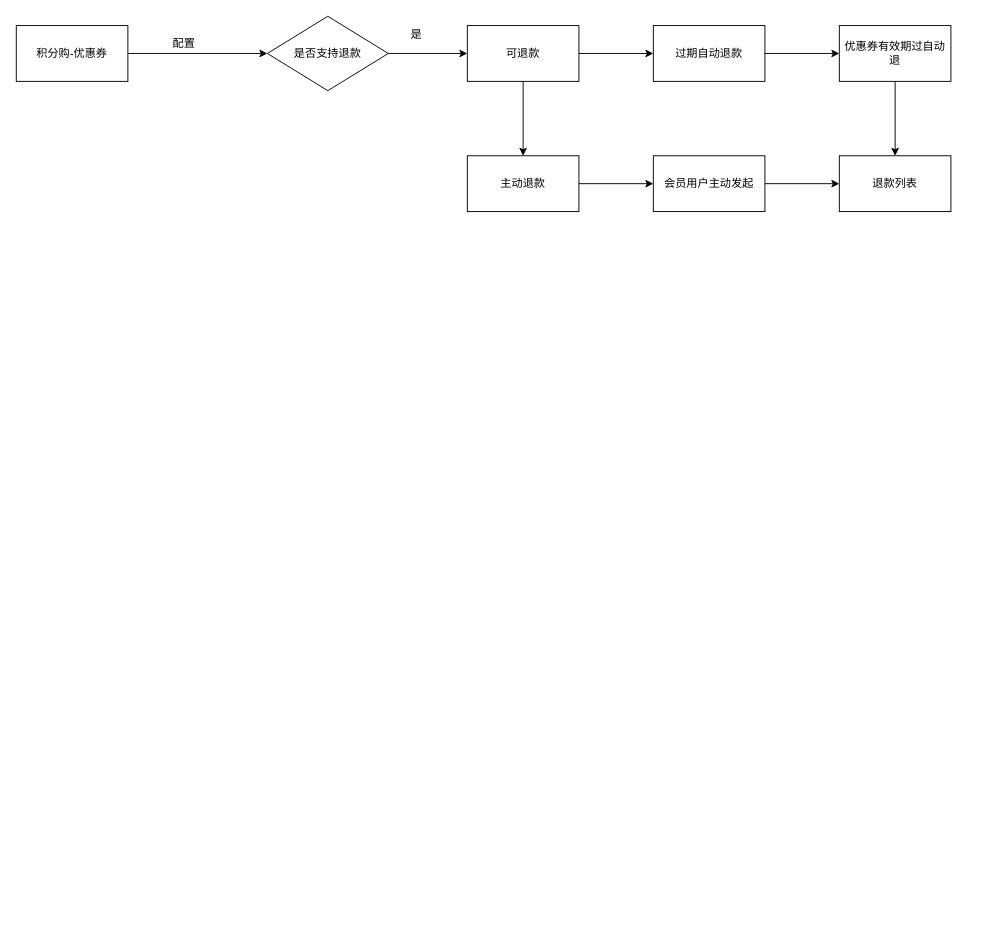
Before: 积分购-优惠券退款业务.drawio in YYB1024/myRemoteRepo, a draw.io diagram. Source tidied: cells renumbered, new cells numbered last; positions are measured from the earlier drawing's top-left corner, leaving out a move shared by most shapes. Both pictures are drawn from the tidied source at 93%, with x=0, y=0 at pixel (16, 16).
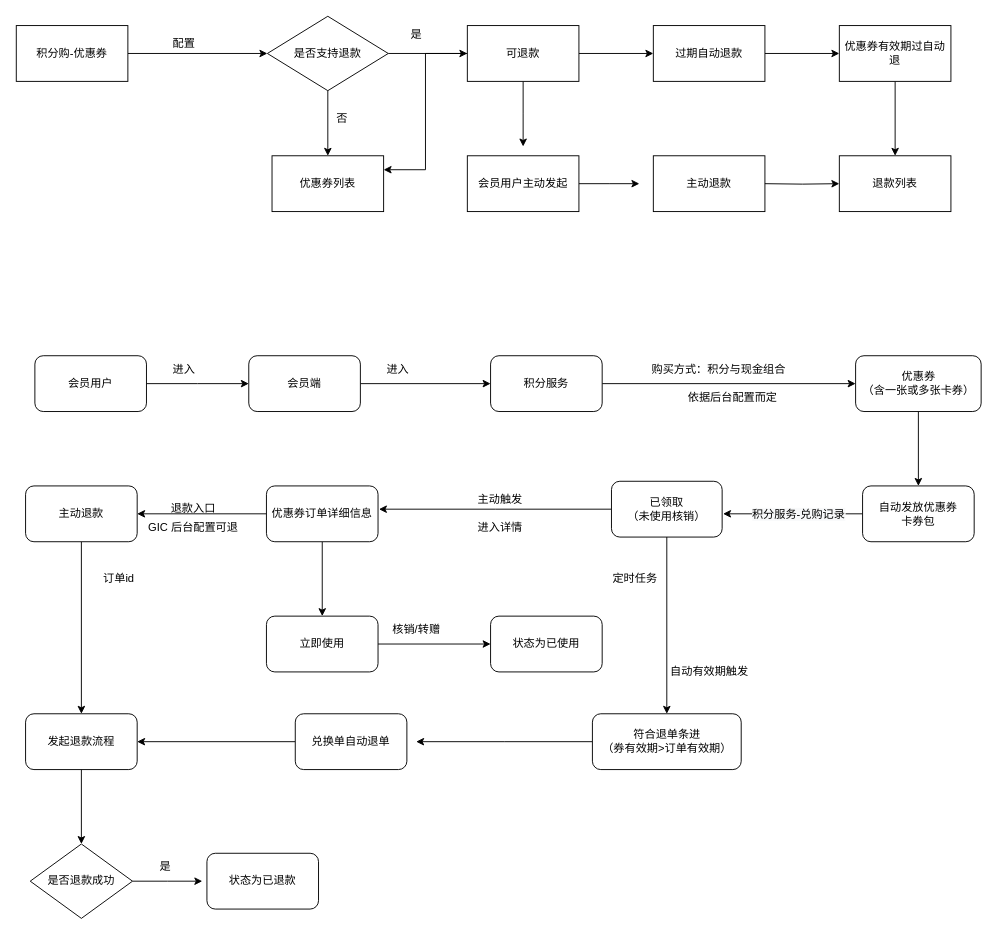
The same page after the edit.

Commit message:
更新积分购-优惠券退款业务.drawio

Unchanged cells that the change refers to:
```xml
<mxCell id="5" value="是否支持退款" style="rhombus;whiteSpace=wrap;html=1;" parent="1" vertex="1">
  <mxGeometry x="270" width="130" height="80" as="geometry" />
</mxCell>
<mxCell id="9" value="可退款" style="whiteSpace=wrap;html=1;" parent="1" vertex="1">
  <mxGeometry x="485" y="10" width="120" height="60" as="geometry" />
</mxCell>
```

Change to the diagram source:
```diff
@@
+    <mxCell id="20" style="edgeStyle=orthogonalEdgeStyle;rounded=0;jettySize=auto;html=1;" parent="1" edge="1" source="5" target="23">
+      <mxGeometry relative="1" as="geometry" />
+    </mxCell>
@@
-    <mxCell id="8" style="edgeStyle=orthogonalEdgeStyle;rounded=0;jettySize=auto;html=1;" parent="1" edge="1" source="9" target="14">
-      <mxGeometry relative="1" as="geometry" />
-    </mxCell>
+    <mxCell id="21" style="edgeStyle=orthogonalEdgeStyle;rounded=0;jettySize=auto;html=1;" parent="1" edge="1" source="9">
+      <mxGeometry relative="1" as="geometry">
+        <mxPoint x="545" y="140" as="targetPoint" />
+      </mxGeometry>
+    </mxCell>
+    <mxCell id="22" style="edgeStyle=orthogonalEdgeStyle;rounded=0;jettySize=auto;html=1;entryX=1;entryY=0.25;entryDx=0;entryDy=0;" parent="1" edge="1" source="9" target="23">
+      <mxGeometry relative="1" as="geometry" />
+    </mxCell>
@@
-    <mxCell id="13" style="edgeStyle=orthogonalEdgeStyle;rounded=0;jettySize=auto;html=1;" parent="1" edge="1" source="14" target="18">
-      <mxGeometry relative="1" as="geometry" />
-    </mxCell>
     <mxCell id="14" value="主动退款" style="whiteSpace=wrap;html=1;" parent="1" vertex="1">
-      <mxGeometry x="485" y="150" width="120" height="60" as="geometry" />
+      <mxGeometry x="685" y="150" width="120" height="60" as="geometry" />
     </mxCell>
@@
-    <mxCell id="17" style="edgeStyle=orthogonalEdgeStyle;rounded=0;jettySize=auto;html=1;" parent="1" edge="1" source="18" target="19">
-      <mxGeometry relative="1" as="geometry" />
+    <mxCell id="17" style="edgeStyle=orthogonalEdgeStyle;rounded=0;jettySize=auto;html=1;" parent="1" edge="1" target="19">
+      <mxGeometry relative="1" as="geometry">
+        <mxPoint x="805" y="180" as="sourcePoint" />
+      </mxGeometry>
     </mxCell>
+    <mxCell id="19" value="退款列表" style="whiteSpace=wrap;html=1;" parent="1" vertex="1">
+      <mxGeometry x="885" y="150" width="120" height="60" as="geometry" />
+    </mxCell>
+    <mxCell id="23" value="优惠券列表" style="whiteSpace=wrap;html=1;" parent="1" vertex="1">
+      <mxGeometry x="275" y="150" width="120" height="60" as="geometry" />
+    </mxCell>
+    <mxCell id="24" value="否" style="text;html=1;align=center;verticalAlign=middle;strokeColor=none;fillColor=none;" parent="1" vertex="1">
+      <mxGeometry x="330" y="95" width="40" height="30" as="geometry" />
+    </mxCell>
+    <mxCell id="25" style="edgeStyle=orthogonalEdgeStyle;rounded=0;jettySize=auto;html=1;" parent="1" edge="1" source="26" target="30">
+      <mxGeometry relative="1" as="geometry" />
+    </mxCell>
+    <mxCell id="26" value="会员端" style="rounded=1;whiteSpace=wrap;html=1;" parent="1" vertex="1">
+      <mxGeometry x="250" y="365" width="120" height="60" as="geometry" />
+    </mxCell>
+    <mxCell id="27" style="edgeStyle=orthogonalEdgeStyle;rounded=0;jettySize=auto;html=1;" parent="1" edge="1" source="28">
+      <mxGeometry relative="1" as="geometry">
+        <mxPoint x="250" y="395" as="targetPoint" />
+      </mxGeometry>
+    </mxCell>
+    <mxCell id="28" value="会员用户" style="rounded=1;whiteSpace=wrap;html=1;" parent="1" vertex="1">
+      <mxGeometry x="20" y="365" width="120" height="60" as="geometry" />
+    </mxCell>
+    <mxCell id="29" style="edgeStyle=orthogonalEdgeStyle;rounded=0;jettySize=auto;html=1;" parent="1" edge="1" source="30" target="32">
+      <mxGeometry relative="1" as="geometry" />
+    </mxCell>
+    <mxCell id="30" value="积分服务" style="whiteSpace=wrap;html=1;rounded=1;" parent="1" vertex="1">
+      <mxGeometry x="510" y="365" width="120" height="60" as="geometry" />
+    </mxCell>
+    <mxCell id="31" style="edgeStyle=orthogonalEdgeStyle;rounded=0;jettySize=auto;html=1;" parent="1" edge="1" source="32" target="39">
+      <mxGeometry relative="1" as="geometry" />
+    </mxCell>
+    <mxCell id="32" value="优惠券&lt;br&gt;（含一张或多张卡券）" style="whiteSpace=wrap;html=1;rounded=1;" parent="1" vertex="1">
+      <mxGeometry x="902.5" y="365" width="135" height="60" as="geometry" />
+    </mxCell>
+    <mxCell id="33" value="进入" style="text;html=1;align=center;verticalAlign=middle;strokeColor=none;fillColor=none;" parent="1" vertex="1">
+      <mxGeometry x="155" y="365" width="50" height="30" as="geometry" />
+    </mxCell>
+    <mxCell id="34" value="进入" style="text;html=1;align=center;verticalAlign=middle;strokeColor=none;fillColor=none;" parent="1" vertex="1">
+      <mxGeometry x="385" y="365" width="50" height="30" as="geometry" />
+    </mxCell>
+    <mxCell id="35" value="购买方式：积分与现金组合" style="text;html=1;align=center;verticalAlign=middle;strokeColor=none;fillColor=none;" parent="1" vertex="1">
+      <mxGeometry x="670" y="365" width="170" height="30" as="geometry" />
+    </mxCell>
+    <mxCell id="36" value="依据后台配置而定" style="text;html=1;align=center;verticalAlign=middle;strokeColor=none;fillColor=none;" parent="1" vertex="1">
+      <mxGeometry x="710" y="395" width="120" height="30" as="geometry" />
+    </mxCell>
+    <mxCell id="37" style="edgeStyle=orthogonalEdgeStyle;rounded=0;jettySize=auto;html=1;" parent="1" edge="1" source="39">
+      <mxGeometry relative="1" as="geometry">
+        <mxPoint x="760" y="535" as="targetPoint" />
+      </mxGeometry>
+    </mxCell>
+    <mxCell id="38" value="&lt;span style=&quot;font-size: 12px; background-color: rgb(248, 249, 250);&quot;&gt;积分服务-兑购记录&lt;/span&gt;" style="edgeLabel;html=1;align=center;verticalAlign=middle;" parent="37" vertex="1">
+      <mxGeometry x="0.25" y="-1" relative="1" as="geometry">
+        <mxPoint x="24" y="1" as="offset" />
+      </mxGeometry>
+    </mxCell>
+    <mxCell id="39" value="自动发放优惠券&lt;br&gt;卡券包" style="whiteSpace=wrap;html=1;rounded=1;" parent="1" vertex="1">
+      <mxGeometry x="910" y="505" width="120" height="60" as="geometry" />
+    </mxCell>
+    <mxCell id="40" style="edgeStyle=orthogonalEdgeStyle;rounded=0;jettySize=auto;html=1;" parent="1" edge="1" source="42" target="45">
+      <mxGeometry relative="1" as="geometry" />
+    </mxCell>
+    <mxCell id="41" style="edgeStyle=orthogonalEdgeStyle;rounded=0;jettySize=auto;html=1;" parent="1" edge="1" source="42" target="47">
+      <mxGeometry relative="1" as="geometry" />
+    </mxCell>
+    <mxCell id="42" value="优惠券订单详细信息" style="whiteSpace=wrap;html=1;rounded=1;" parent="1" vertex="1">
+      <mxGeometry x="269" y="505" width="120" height="60" as="geometry" />
+    </mxCell>
+    <mxCell id="43" value="进入详情" style="text;html=1;align=center;verticalAlign=middle;strokeColor=none;fillColor=none;" parent="1" vertex="1">
+      <mxGeometry x="485" y="535" width="70" height="30" as="geometry" />
+    </mxCell>
+    <mxCell id="44" style="edgeStyle=orthogonalEdgeStyle;rounded=0;jettySize=auto;html=1;" parent="1" edge="1" source="45" target="51">
+      <mxGeometry relative="1" as="geometry" />
+    </mxCell>
+    <mxCell id="45" value="主动退款" style="whiteSpace=wrap;html=1;rounded=1;" parent="1" vertex="1">
+      <mxGeometry x="10" y="505" width="120" height="60" as="geometry" />
+    </mxCell>
+    <mxCell id="46" style="edgeStyle=orthogonalEdgeStyle;rounded=0;jettySize=auto;html=1;" parent="1" edge="1" source="47" target="48">
+      <mxGeometry relative="1" as="geometry" />
+    </mxCell>
+    <mxCell id="47" value="立即使用" style="whiteSpace=wrap;html=1;rounded=1;" parent="1" vertex="1">
+      <mxGeometry x="269" y="645" width="120" height="60" as="geometry" />
+    </mxCell>
+    <mxCell id="48" value="状态为已使用" style="whiteSpace=wrap;html=1;rounded=1;" parent="1" vertex="1">
+      <mxGeometry x="510" y="645" width="120" height="60" as="geometry" />
+    </mxCell>
+    <mxCell id="49" value="核销/转赠" style="text;html=1;align=center;verticalAlign=middle;strokeColor=none;fillColor=none;" parent="1" vertex="1">
+      <mxGeometry x="395" y="645" width="70" height="30" as="geometry" />
+    </mxCell>
+    <mxCell id="50" style="edgeStyle=orthogonalEdgeStyle;rounded=0;jettySize=auto;html=1;entryX=0.5;entryY=0;entryDx=0;entryDy=0;" parent="1" edge="1" source="51" target="55">
+      <mxGeometry relative="1" as="geometry" />
+    </mxCell>
+    <mxCell id="51" value="发起退款流程" style="whiteSpace=wrap;html=1;rounded=1;" parent="1" vertex="1">
+      <mxGeometry x="10" y="750" width="120" height="60" as="geometry" />
+    </mxCell>
+    <mxCell id="52" value="订单id" style="text;html=1;align=center;verticalAlign=middle;strokeColor=none;fillColor=none;" parent="1" vertex="1">
+      <mxGeometry x="80" y="590" width="60" height="30" as="geometry" />
+    </mxCell>
+    <mxCell id="53" value="退款入口" style="text;html=1;align=center;verticalAlign=middle;strokeColor=none;fillColor=none;" parent="1" vertex="1">
+      <mxGeometry x="155" y="515" width="70" height="30" as="geometry" />
+    </mxCell>
+    <mxCell id="54" style="edgeStyle=orthogonalEdgeStyle;rounded=0;jettySize=auto;html=1;" parent="1" edge="1" source="55">
+      <mxGeometry relative="1" as="geometry">
+        <mxPoint x="200" y="930" as="targetPoint" />
+      </mxGeometry>
+    </mxCell>
+    <mxCell id="55" value="是否退款成功" style="rhombus;whiteSpace=wrap;html=1;" parent="1" vertex="1">
+      <mxGeometry x="15" y="890" width="110" height="80" as="geometry" />
+    </mxCell>
+    <mxCell id="56" value="状态为已退款" style="whiteSpace=wrap;html=1;rounded=1;" parent="1" vertex="1">
+      <mxGeometry x="205" y="900" width="120" height="60" as="geometry" />
+    </mxCell>
+    <mxCell id="57" value="GIC 后台配置可退" style="text;html=1;align=center;verticalAlign=middle;strokeColor=none;fillColor=none;" parent="1" vertex="1">
+      <mxGeometry x="130" y="535" width="120" height="30" as="geometry" />
+    </mxCell>
+    <mxCell id="58" value="是" style="text;html=1;align=center;verticalAlign=middle;strokeColor=none;fillColor=none;" parent="1" vertex="1">
+      <mxGeometry x="140" y="900" width="40" height="30" as="geometry" />
+    </mxCell>
+    <mxCell id="59" value="主动触发" style="text;html=1;align=center;verticalAlign=middle;strokeColor=none;fillColor=none;" parent="1" vertex="1">
+      <mxGeometry x="485" y="505" width="70" height="30" as="geometry" />
+    </mxCell>
+    <mxCell id="60" style="edgeStyle=orthogonalEdgeStyle;rounded=0;jettySize=auto;html=1;" parent="1" edge="1" source="62">
+      <mxGeometry relative="1" as="geometry">
+        <mxPoint x="390" y="530" as="targetPoint" />
+      </mxGeometry>
+    </mxCell>
+    <mxCell id="61" style="edgeStyle=orthogonalEdgeStyle;rounded=0;jettySize=auto;html=1;entryX=0.5;entryY=0;entryDx=0;entryDy=0;" parent="1" edge="1" source="62" target="64">
+      <mxGeometry relative="1" as="geometry" />
+    </mxCell>
+    <mxCell id="62" value="已领取&lt;br&gt;（未使用核销）" style="whiteSpace=wrap;html=1;rounded=1;" parent="1" vertex="1">
+      <mxGeometry x="640" y="500" width="119" height="60" as="geometry" />
+    </mxCell>
+    <mxCell id="63" style="edgeStyle=orthogonalEdgeStyle;rounded=0;jettySize=auto;html=1;" parent="1" edge="1" source="64">
+      <mxGeometry relative="1" as="geometry">
+        <mxPoint x="430" y="780" as="targetPoint" />
+      </mxGeometry>
+    </mxCell>
+    <mxCell id="64" value="符合退单条进&lt;br&gt;（券有效期&amp;gt;订单有效期）" style="whiteSpace=wrap;html=1;rounded=1;" parent="1" vertex="1">
+      <mxGeometry x="619.5" y="750" width="160" height="60" as="geometry" />
+    </mxCell>
+    <mxCell id="65" value="定时任务" style="text;html=1;align=center;verticalAlign=middle;strokeColor=none;fillColor=none;" parent="1" vertex="1">
+      <mxGeometry x="630" y="590" width="70" height="30" as="geometry" />
+    </mxCell>
+    <mxCell id="66" value="自动有效期触发" style="text;html=1;align=center;verticalAlign=middle;strokeColor=none;fillColor=none;" parent="1" vertex="1">
+      <mxGeometry x="690" y="690" width="110" height="30" as="geometry" />
+    </mxCell>
+    <mxCell id="67" style="edgeStyle=orthogonalEdgeStyle;rounded=0;jettySize=auto;html=1;" parent="1" edge="1" source="68" target="51">
+      <mxGeometry relative="1" as="geometry" />
+    </mxCell>
+    <mxCell id="68" value="兑换单自动退单" style="whiteSpace=wrap;html=1;rounded=1;" parent="1" vertex="1">
+      <mxGeometry x="300" y="750" width="120" height="60" as="geometry" />
+    </mxCell>
+    <mxCell id="69" style="edgeStyle=orthogonalEdgeStyle;rounded=0;jettySize=auto;html=1;" parent="1" edge="1" source="18">
+      <mxGeometry relative="1" as="geometry">
+        <mxPoint x="670" y="180" as="targetPoint" />
+      </mxGeometry>
+    </mxCell>
     <mxCell id="18" value="会员用户主动发起" style="whiteSpace=wrap;html=1;" parent="1" vertex="1">
-      <mxGeometry x="685" y="150" width="120" height="60" as="geometry" />
+      <mxGeometry x="485" y="150" width="120" height="60" as="geometry" />
     </mxCell>
-    <mxCell id="19" value="退款列表" style="whiteSpace=wrap;html=1;" parent="1" vertex="1">
-      <mxGeometry x="885" y="150" width="120" height="60" as="geometry" />
-    </mxCell>
```
